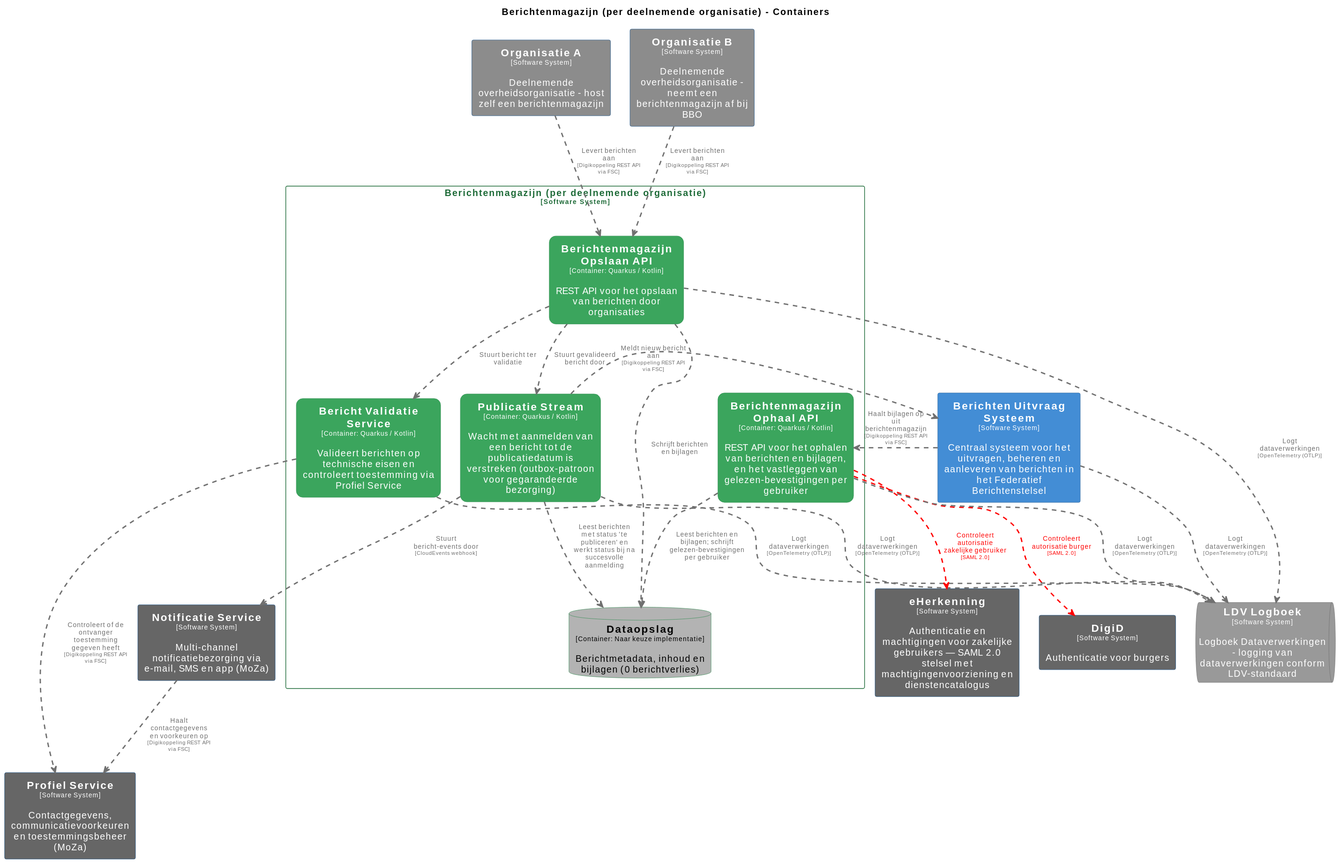
Earlier version of the PlantUML export pr-preview/pr-22/master/svg/BerichtenmagazijnContainers.svg (MinBZK/moza-poc-fbs-berichtenbox). Its source is kept beside it as pr-preview/pr-22/master/puml/BerichtenmagazijnContainers.puml.
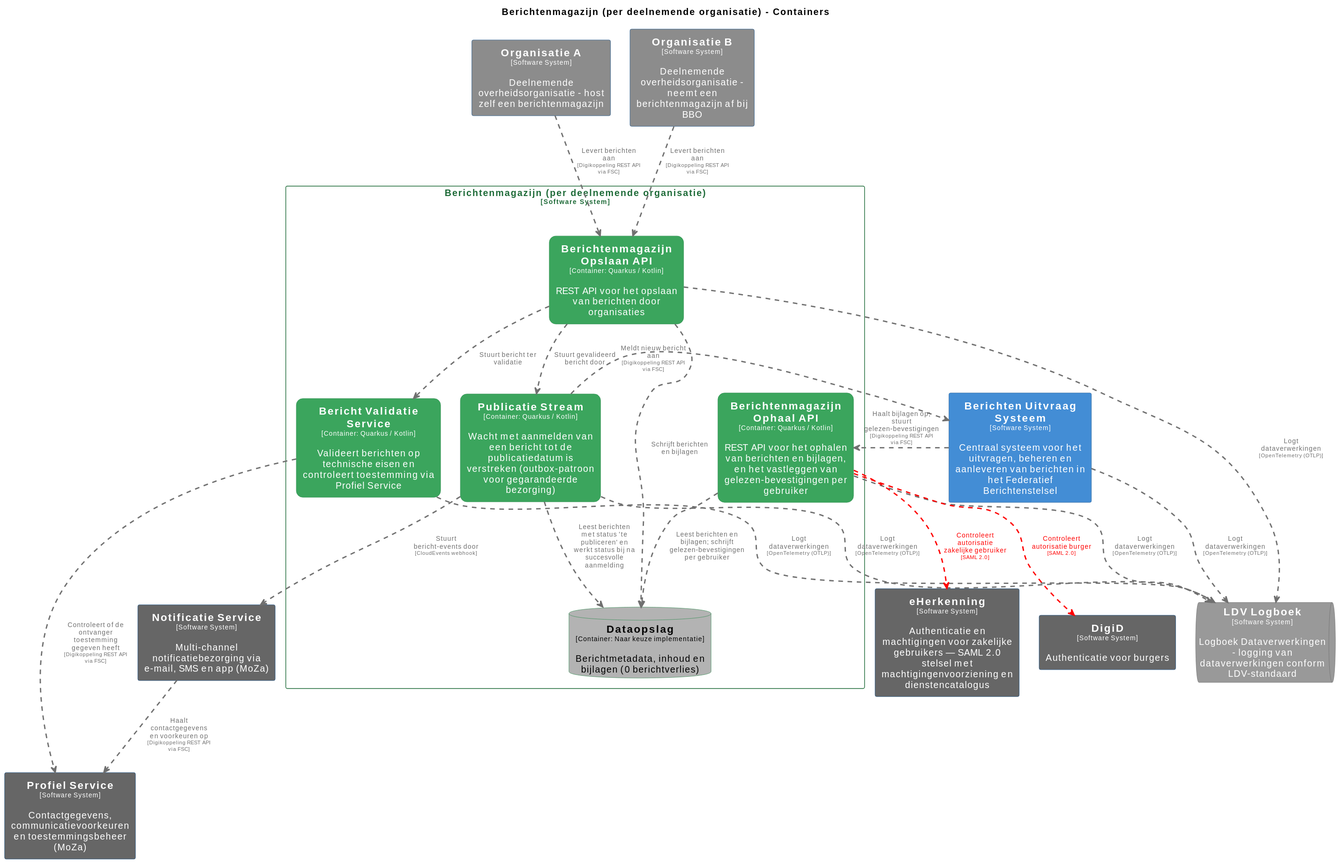
The same file after the commit.

The edit, as a diff of the source:
```diff
@@ -120,7 +120,6 @@
   rectangle "==Publicatie Stream\n<size:10>[Container: Quarkus / Kotlin]</size>\n\nWacht met aanmelden van een bericht tot de publicatiedatum is verstreken (outbox-patroon voor gegarandeerde bezorging)" <<Berichtenmagazijnperdeelnemendeorganisatie.PublicatieStream>> as Berichtenmagazijnperdeelnemendeorganisatie.PublicatieStream
 }
 
-Berichtenmagazijnperdeelnemendeorganisatie.BerichtenmagazijnOphaalAPI .[#ff0000,thickness=2].> DigiD : "<color:#ff0000>Controleert autorisatie burger\n<color:#ff0000><size:8>[SAML 2.0]</size>"
 Berichtenmagazijnperdeelnemendeorganisatie.BerichtenmagazijnOphaalAPI .[#707070,thickness=2].> LDVLogboek : "<color:#707070>Logt dataverwerkingen\n<color:#707070><size:8>[OpenTelemetry (OTLP)]</size>"
 Berichtenmagazijnperdeelnemendeorganisatie.BerichtenmagazijnOpslaanAPI .[#707070,thickness=2].> LDVLogboek : "<color:#707070>Logt dataverwerkingen\n<color:#707070><size:8>[OpenTelemetry (OTLP)]</size>"
 Berichtenmagazijnperdeelnemendeorganisatie.BerichtValidatieService .[#707070,thickness=2].> LDVLogboek : "<color:#707070>Logt dataverwerkingen\n<color:#707070><size:8>[OpenTelemetry (OTLP)]</size>"
@@ -131,7 +130,7 @@
 Berichtenmagazijnperdeelnemendeorganisatie.BerichtenmagazijnOpslaanAPI .[#707070,thickness=2].> Berichtenmagazijnperdeelnemendeorganisatie.BerichtValidatieService : "<color:#707070>Stuurt bericht ter validatie"
 Berichtenmagazijnperdeelnemendeorganisatie.BerichtenmagazijnOpslaanAPI .[#707070,thickness=2].> Berichtenmagazijnperdeelnemendeorganisatie.PublicatieStream : "<color:#707070>Stuurt gevalideerd bericht door"
 Berichtenmagazijnperdeelnemendeorganisatie.PublicatieStream .[#707070,thickness=2].> Berichtenmagazijnperdeelnemendeorganisatie.Dataopslag : "<color:#707070>Leest berichten met status 'te publiceren' en werkt status bij na succesvolle aanmelding"
-BerichtenUitvraagSysteem .[#707070,thickness=2].> Berichtenmagazijnperdeelnemendeorganisatie.BerichtenmagazijnOphaalAPI : "<color:#707070>Haalt bijlagen op uit berichtenmagazijn\n<color:#707070><size:8>[Digikoppeling REST API via FSC]</size>"
+BerichtenUitvraagSysteem .[#707070,thickness=2].> Berichtenmagazijnperdeelnemendeorganisatie.BerichtenmagazijnOphaalAPI : "<color:#707070>Haalt bijlagen op; stuurt gelezen-bevestigingen\n<color:#707070><size:8>[Digikoppeling REST API via FSC]</size>"
 Berichtenmagazijnperdeelnemendeorganisatie.PublicatieStream .[#707070,thickness=2].> BerichtenUitvraagSysteem : "<color:#707070>Meldt nieuw bericht aan\n<color:#707070><size:8>[Digikoppeling REST API via FSC]</size>"
 Berichtenmagazijnperdeelnemendeorganisatie.PublicatieStream .[#707070,thickness=2].> NotificatieService : "<color:#707070>Stuurt bericht-events door\n<color:#707070><size:8>[CloudEvents webhook]</size>"
 NotificatieService .[#707070,thickness=2].> ProfielService : "<color:#707070>Haalt contactgegevens en voorkeuren op\n<color:#707070><size:8>[Digikoppeling REST API via FSC]</size>"
@@ -139,4 +138,5 @@
 OrganisatieB .[#707070,thickness=2].> Berichtenmagazijnperdeelnemendeorganisatie.BerichtenmagazijnOpslaanAPI : "<color:#707070>Levert berichten aan\n<color:#707070><size:8>[Digikoppeling REST API via FSC]</size>"
 Berichtenmagazijnperdeelnemendeorganisatie.BerichtValidatieService .[#707070,thickness=2].> ProfielService : "<color:#707070>Controleert of de ontvanger toestemming gegeven heeft\n<color:#707070><size:8>[Digikoppeling REST API via FSC]</size>"
 Berichtenmagazijnperdeelnemendeorganisatie.BerichtenmagazijnOphaalAPI .[#ff0000,thickness=2].> eHerkenning : "<color:#ff0000>Controleert autorisatie zakelijke gebruiker\n<color:#ff0000><size:8>[SAML 2.0]</size>"
+Berichtenmagazijnperdeelnemendeorganisatie.BerichtenmagazijnOphaalAPI .[#ff0000,thickness=2].> DigiD : "<color:#ff0000>Controleert autorisatie burger\n<color:#ff0000><size:8>[SAML 2.0]</size>"
 @enduml
```
